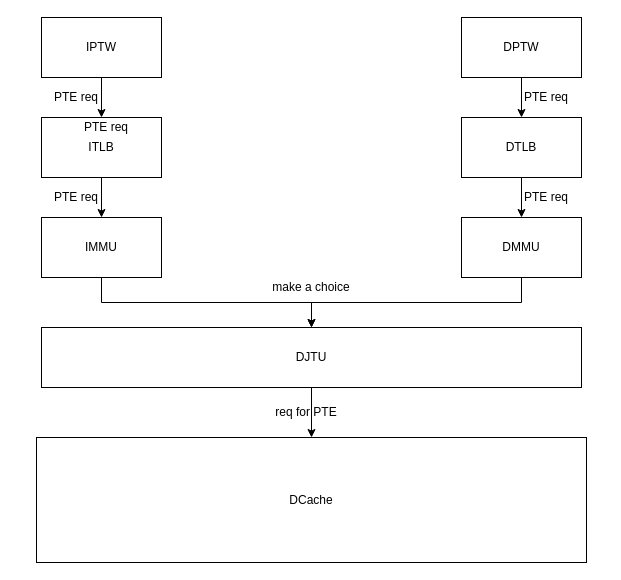
This is DJTU.drawio from happy-lx/drawio, a draw.io file, before an edit. Source tidied: cells renumbered, new cells numbered last; positions are measured from the earlier drawing's top-left corner, leaving out a move shared by most shapes. Both pictures are drawn from the tidied source at 100%, with x=0, y=0 at pixel (36, 17).
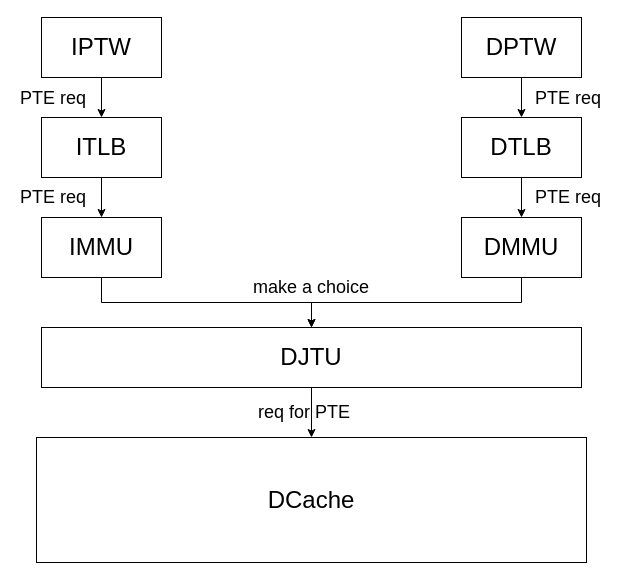
Above is the later version.

The edit, as a diff of the source:
```diff
@@
-    <mxCell id="3" value="IPTW" style="rounded=0;whiteSpace=wrap;html=1;" parent="1" vertex="1">
+    <mxCell id="3" value="&lt;font style=&quot;font-size: 24px&quot;&gt;IPTW&lt;/font&gt;" style="rounded=0;whiteSpace=wrap;html=1;" parent="1" vertex="1">
       <mxGeometry x="5" width="120" height="60" as="geometry" />
     </mxCell>
@@
-    <mxCell id="5" value="DPTW" style="rounded=0;whiteSpace=wrap;html=1;" parent="1" vertex="1">
+    <mxCell id="5" value="&lt;font style=&quot;font-size: 24px&quot;&gt;DPTW&lt;/font&gt;" style="rounded=0;whiteSpace=wrap;html=1;" parent="1" vertex="1">
       <mxGeometry x="425" width="120" height="60" as="geometry" />
     </mxCell>
@@
-    <mxCell id="7" value="ITLB" style="rounded=0;whiteSpace=wrap;html=1;" parent="1" vertex="1">
+    <mxCell id="7" value="&lt;font style=&quot;font-size: 24px&quot;&gt;ITLB&lt;/font&gt;" style="rounded=0;whiteSpace=wrap;html=1;" parent="1" vertex="1">
       <mxGeometry x="5" y="100" width="120" height="60" as="geometry" />
     </mxCell>
@@
-    <mxCell id="9" value="DTLB" style="rounded=0;whiteSpace=wrap;html=1;" parent="1" vertex="1">
+    <mxCell id="9" value="&lt;font style=&quot;font-size: 24px&quot;&gt;DTLB&lt;/font&gt;" style="rounded=0;whiteSpace=wrap;html=1;" parent="1" vertex="1">
       <mxGeometry x="425" y="100" width="120" height="60" as="geometry" />
     </mxCell>
@@
-    <mxCell id="11" value="IMMU" style="rounded=0;whiteSpace=wrap;html=1;" parent="1" vertex="1">
+    <mxCell id="11" value="&lt;font style=&quot;font-size: 24px&quot;&gt;IMMU&lt;/font&gt;" style="rounded=0;whiteSpace=wrap;html=1;" parent="1" vertex="1">
       <mxGeometry x="5" y="200" width="120" height="60" as="geometry" />
     </mxCell>
@@
-    <mxCell id="13" value="DMMU" style="rounded=0;whiteSpace=wrap;html=1;" parent="1" vertex="1">
+    <mxCell id="13" value="&lt;font style=&quot;font-size: 24px&quot;&gt;DMMU&lt;/font&gt;" style="rounded=0;whiteSpace=wrap;html=1;" parent="1" vertex="1">
       <mxGeometry x="425" y="200" width="120" height="60" as="geometry" />
     </mxCell>
@@
-    <mxCell id="15" value="DJTU" style="rounded=0;whiteSpace=wrap;html=1;" parent="1" vertex="1">
+    <mxCell id="15" value="&lt;font style=&quot;font-size: 24px&quot;&gt;DJTU&lt;/font&gt;" style="rounded=0;whiteSpace=wrap;html=1;" parent="1" vertex="1">
       <mxGeometry x="5" y="310" width="540" height="60" as="geometry" />
     </mxCell>
-    <mxCell id="16" value="DCache" style="rounded=0;whiteSpace=wrap;html=1;" parent="1" vertex="1">
+    <mxCell id="16" value="&lt;font style=&quot;font-size: 24px&quot;&gt;DCache&lt;/font&gt;" style="rounded=0;whiteSpace=wrap;html=1;" parent="1" vertex="1">
       <mxGeometry y="420" width="550" height="125" as="geometry" />
     </mxCell>
-    <mxCell id="17" value="PTE req" style="text;html=1;strokeColor=none;fillColor=none;align=center;verticalAlign=middle;whiteSpace=wrap;rounded=0;" parent="1" vertex="1">
-      <mxGeometry x="15" y="70" width="50" height="20" as="geometry" />
+    <mxCell id="17" value="&lt;font style=&quot;font-size: 18px&quot;&gt;PTE req&lt;/font&gt;" style="text;html=1;strokeColor=none;fillColor=none;align=center;verticalAlign=middle;whiteSpace=wrap;rounded=0;" parent="1" vertex="1">
+      <mxGeometry x="-19" y="72" width="72" height="18" as="geometry" />
     </mxCell>
-    <mxCell id="18" value="PTE req" style="text;html=1;strokeColor=none;fillColor=none;align=center;verticalAlign=middle;whiteSpace=wrap;rounded=0;" parent="1" vertex="1">
-      <mxGeometry x="485" y="70" width="50" height="20" as="geometry" />
-    </mxCell>
-    <mxCell id="19" value="PTE req" style="text;html=1;strokeColor=none;fillColor=none;align=center;verticalAlign=middle;whiteSpace=wrap;rounded=0;" parent="1" vertex="1">
-      <mxGeometry x="15" y="170" width="50" height="20" as="geometry" />
-    </mxCell>
-    <mxCell id="20" value="PTE req" style="text;html=1;strokeColor=none;fillColor=none;align=center;verticalAlign=middle;whiteSpace=wrap;rounded=0;" parent="1" vertex="1">
-      <mxGeometry x="485" y="170" width="50" height="20" as="geometry" />
-    </mxCell>
-    <mxCell id="21" value="PTE req" style="text;html=1;strokeColor=none;fillColor=none;align=center;verticalAlign=middle;whiteSpace=wrap;rounded=0;" parent="1" vertex="1">
-      <mxGeometry x="45" y="100" width="50" height="20" as="geometry" />
-    </mxCell>
-    <mxCell id="22" value="make a choice" style="text;html=1;strokeColor=none;fillColor=none;align=center;verticalAlign=middle;whiteSpace=wrap;rounded=0;" parent="1" vertex="1">
+    <mxCell id="22" value="&lt;font style=&quot;font-size: 18px&quot;&gt;make a choice&lt;/font&gt;" style="text;html=1;strokeColor=none;fillColor=none;align=center;verticalAlign=middle;whiteSpace=wrap;rounded=0;" parent="1" vertex="1">
       <mxGeometry x="195" y="260" width="160" height="20" as="geometry" />
     </mxCell>
-    <mxCell id="23" value="req for PTE" style="text;html=1;strokeColor=none;fillColor=none;align=center;verticalAlign=middle;whiteSpace=wrap;rounded=0;" parent="1" vertex="1">
-      <mxGeometry x="235" y="380" width="70" height="30" as="geometry" />
+    <mxCell id="23" value="&lt;font style=&quot;font-size: 18px&quot;&gt;req for PTE&lt;/font&gt;" style="text;html=1;strokeColor=none;fillColor=none;align=center;verticalAlign=middle;whiteSpace=wrap;rounded=0;" parent="1" vertex="1">
+      <mxGeometry x="201" y="379" width="134" height="32" as="geometry" />
     </mxCell>
+    <mxCell id="24" value="&lt;font style=&quot;font-size: 18px&quot;&gt;PTE req&lt;/font&gt;" style="text;html=1;strokeColor=none;fillColor=none;align=center;verticalAlign=middle;whiteSpace=wrap;rounded=0;" parent="1" vertex="1">
+      <mxGeometry x="-19" y="171" width="72" height="18" as="geometry" />
+    </mxCell>
+    <mxCell id="25" value="&lt;font style=&quot;font-size: 18px&quot;&gt;PTE req&lt;/font&gt;" style="text;html=1;strokeColor=none;fillColor=none;align=center;verticalAlign=middle;whiteSpace=wrap;rounded=0;" parent="1" vertex="1">
+      <mxGeometry x="496" y="72" width="72" height="18" as="geometry" />
+    </mxCell>
+    <mxCell id="26" value="&lt;font style=&quot;font-size: 18px&quot;&gt;PTE req&lt;/font&gt;" style="text;html=1;strokeColor=none;fillColor=none;align=center;verticalAlign=middle;whiteSpace=wrap;rounded=0;" parent="1" vertex="1">
+      <mxGeometry x="496" y="171" width="72" height="18" as="geometry" />
+    </mxCell>
```
